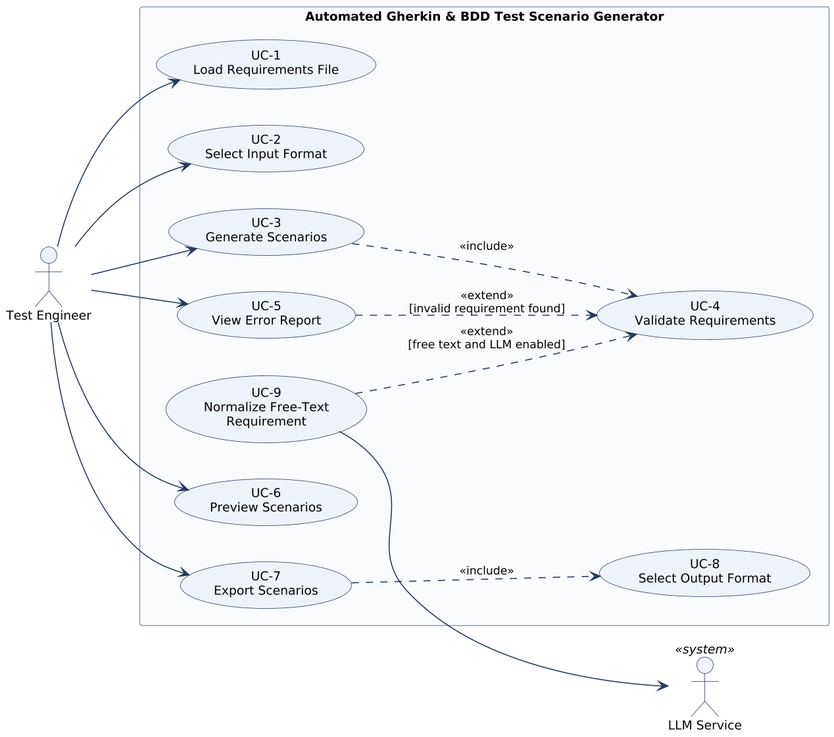
The PlantUML diagram docs/diagrams/usecase.png in mrgedikli/Automated-Gherkin-and-BDD-Test-Scenario-Generator, before a commit. Its source is kept beside it as docs/diagrams/usecase.puml. Its diagram source:
```plantuml
@startuml
!include skin.iuml
left to right direction
actor "Test Engineer" as TE
actor "LLM Service" as LLM <<system>>
rectangle "Automated Gherkin & BDD Test Scenario Generator" {
  usecase "UC-1\nLoad Requirements File" as UC1
  usecase "UC-2\nSelect Input Format" as UC2
  usecase "UC-3\nGenerate Scenarios" as UC3
  usecase "UC-4\nValidate Requirements" as UC4
  usecase "UC-5\nView Error Report" as UC5
  usecase "UC-6\nPreview Scenarios" as UC6
  usecase "UC-7\nExport Scenarios" as UC7
  usecase "UC-8\nSelect Output Format" as UC8
  usecase "UC-9\nNormalize Free-Text\nRequirement" as UC9
}
TE --> UC1
TE --> UC2
TE --> UC3
TE --> UC5
TE --> UC6
TE --> UC7
UC3 ..> UC4 : <<include>>
UC5 ..> UC4 : <<extend>>\n[invalid requirement found]
UC9 ..> UC4 : <<extend>>\n[free text and LLM enabled]
UC7 ..> UC8 : <<include>>
UC9 --> LLM
@enduml
```
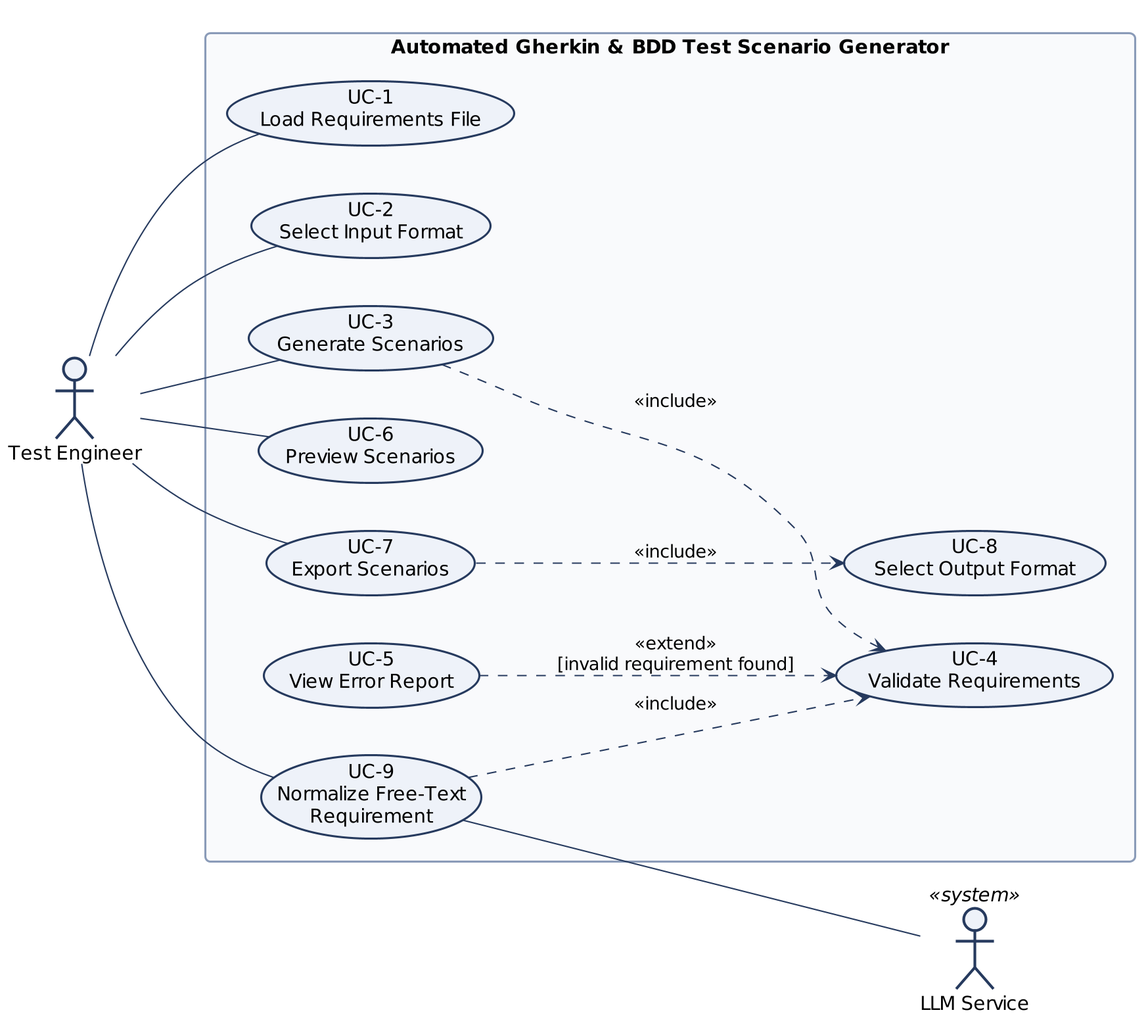
The same file after the commit.

Diff of the diagram source:
```diff
@@ -14,15 +14,15 @@
   usecase "UC-8\nSelect Output Format" as UC8
   usecase "UC-9\nNormalize Free-Text\nRequirement" as UC9
 }
-TE --> UC1
-TE --> UC2
-TE --> UC3
-TE --> UC5
-TE --> UC6
-TE --> UC7
+TE -- UC1
+TE -- UC2
+TE -- UC3
+TE -- UC6
+TE -- UC7
+TE -- UC9
+UC9 -- LLM
 UC3 ..> UC4 : <<include>>
+UC9 ..> UC4 : <<include>>
 UC5 ..> UC4 : <<extend>>\n[invalid requirement found]
-UC9 ..> UC4 : <<extend>>\n[free text and LLM enabled]
 UC7 ..> UC8 : <<include>>
-UC9 --> LLM
 @enduml
```
